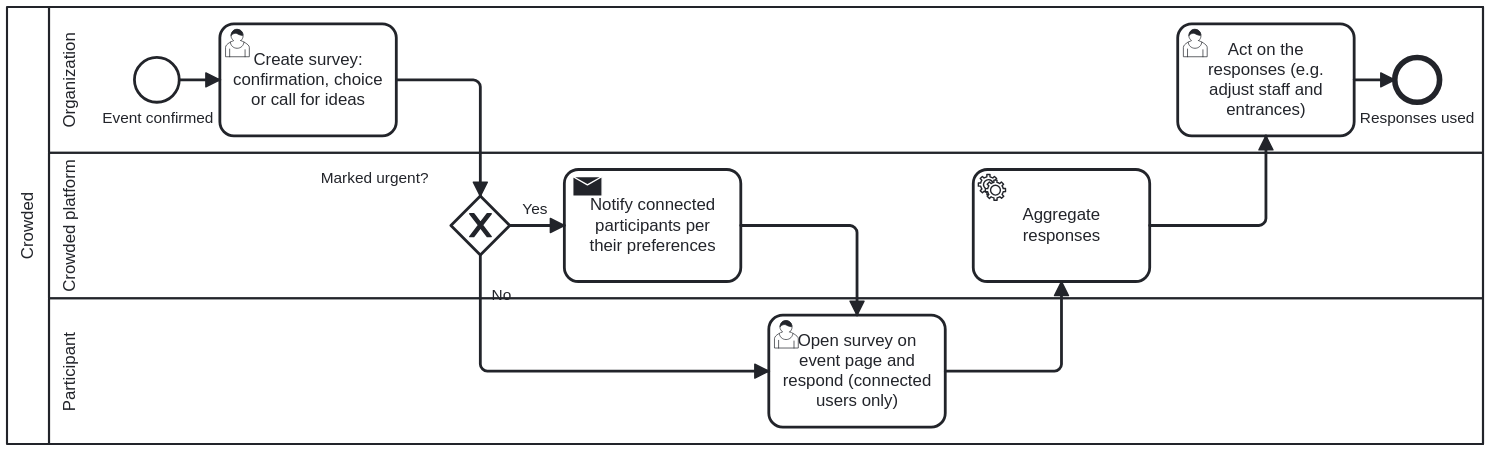
The BPMN diagram docs/deliverables/images/workflow-3c-organization-survey.svg in andrereis26/crowded-labdsof, before a commit. Its source is kept beside it as docs/deliverables/bpmn/workflow-3c-organization-survey.bpmn. Ids are renumbered. Its diagram source:
```xml
<bpmn:definitions xmlns:bpmn="http://www.omg.org/spec/BPMN/20100524/MODEL" xmlns:bpmndi="http://www.omg.org/spec/BPMN/20100524/DI" xmlns:dc="http://www.omg.org/spec/DD/20100524/DC" xmlns:di="http://www.omg.org/spec/DD/20100524/DI" xmlns:bioc="http://bpmn.io/schema/bpmn/biocolor/1.0" xmlns:color="http://www.omg.org/spec/BPMN/non-normative/color/1.0" id="Defs_workflow_3c_organization_survey" targetNamespace="https://crowded.example/bpmn" exporter="crowded-labdsof" exporterVersion="1.0">
  <bpmn:collaboration id="Collab">
    <bpmn:participant id="Pool_crowded" name="Crowded" processRef="Proc_crowded" />
  </bpmn:collaboration>
  <bpmn:process id="Proc_crowded" isExecutable="false">
    <bpmn:laneSet id="LaneSet_crowded">
      <bpmn:lane id="Lane_O" name="Organization">
        <bpmn:flowNodeRef>s</bpmn:flowNodeRef>
        <bpmn:flowNodeRef>req</bpmn:flowNodeRef>
        <bpmn:flowNodeRef>plan</bpmn:flowNodeRef>
        <bpmn:flowNodeRef>e</bpmn:flowNodeRef>
      </bpmn:lane>
      <bpmn:lane id="Lane_C" name="Crowded platform">
        <bpmn:flowNodeRef>g</bpmn:flowNodeRef>
        <bpmn:flowNodeRef>notify</bpmn:flowNodeRef>
        <bpmn:flowNodeRef>agg</bpmn:flowNodeRef>
      </bpmn:lane>
      <bpmn:lane id="Lane_P" name="Participant">
        <bpmn:flowNodeRef>resp</bpmn:flowNodeRef>
      </bpmn:lane>
    </bpmn:laneSet>
    <bpmn:startEvent id="s" name="Event confirmed">
      <bpmn:outgoing>Flow_1</bpmn:outgoing>
    </bpmn:startEvent>
    <bpmn:userTask id="req" name="Create survey: confirmation, choice or call for ideas">
      <bpmn:incoming>Flow_1</bpmn:incoming>
      <bpmn:outgoing>Flow_2</bpmn:outgoing>
    </bpmn:userTask>
    <bpmn:exclusiveGateway id="g" name="Marked urgent?">
      <bpmn:incoming>Flow_2</bpmn:incoming>
      <bpmn:outgoing>Flow_3</bpmn:outgoing>
      <bpmn:outgoing>Flow_4</bpmn:outgoing>
    </bpmn:exclusiveGateway>
    <bpmn:sendTask id="notify" name="Notify connected participants per their preferences">
      <bpmn:incoming>Flow_3</bpmn:incoming>
      <bpmn:outgoing>Flow_5</bpmn:outgoing>
    </bpmn:sendTask>
    <bpmn:userTask id="resp" name="Open survey on event page and respond (connected users only)">
      <bpmn:incoming>Flow_4</bpmn:incoming>
      <bpmn:incoming>Flow_5</bpmn:incoming>
      <bpmn:outgoing>Flow_6</bpmn:outgoing>
    </bpmn:userTask>
    <bpmn:serviceTask id="agg" name="Aggregate responses">
      <bpmn:incoming>Flow_6</bpmn:incoming>
      <bpmn:outgoing>Flow_7</bpmn:outgoing>
    </bpmn:serviceTask>
    <bpmn:userTask id="plan" name="Act on the responses (e.g. adjust staff and entrances)">
      <bpmn:incoming>Flow_7</bpmn:incoming>
      <bpmn:outgoing>Flow_8</bpmn:outgoing>
    </bpmn:userTask>
    <bpmn:endEvent id="e" name="Responses used">
      <bpmn:incoming>Flow_8</bpmn:incoming>
    </bpmn:endEvent>
    <bpmn:sequenceFlow id="Flow_1" sourceRef="s" targetRef="req" />
    <bpmn:sequenceFlow id="Flow_2" sourceRef="req" targetRef="g" />
    <bpmn:sequenceFlow id="Flow_3" name="Yes" sourceRef="g" targetRef="notify" />
    <bpmn:sequenceFlow id="Flow_4" name="No" sourceRef="g" targetRef="resp" />
    <bpmn:sequenceFlow id="Flow_5" sourceRef="notify" targetRef="resp" />
    <bpmn:sequenceFlow id="Flow_6" sourceRef="resp" targetRef="agg" />
    <bpmn:sequenceFlow id="Flow_7" sourceRef="agg" targetRef="plan" />
    <bpmn:sequenceFlow id="Flow_8" sourceRef="plan" targetRef="e" />
  </bpmn:process>
  <bpmndi:BPMNDiagram id="Diagram">
    <bpmndi:BPMNPlane id="Plane" bpmnElement="Collab">
      <bpmndi:BPMNShape id="Pool_crowded_di" bpmnElement="Pool_crowded" isHorizontal="true"><dc:Bounds x="16" y="16" width="1054" height="312" /></bpmndi:BPMNShape>
      <bpmndi:BPMNShape id="Lane_O_di" bpmnElement="Lane_O" isHorizontal="true"><dc:Bounds x="46" y="16" width="1024" height="104" /></bpmndi:BPMNShape>
      <bpmndi:BPMNShape id="Lane_C_di" bpmnElement="Lane_C" isHorizontal="true"><dc:Bounds x="46" y="120" width="1024" height="104" /></bpmndi:BPMNShape>
      <bpmndi:BPMNShape id="Lane_P_di" bpmnElement="Lane_P" isHorizontal="true"><dc:Bounds x="46" y="224" width="1024" height="104" /></bpmndi:BPMNShape>
      <bpmndi:BPMNShape id="s_di" bpmnElement="s"><dc:Bounds x="107" y="52" width="32" height="32" /><bpmndi:BPMNLabel><dc:Bounds x="83" y="89" width="81" height="26" /></bpmndi:BPMNLabel></bpmndi:BPMNShape>
      <bpmndi:BPMNShape id="req_di" bpmnElement="req"><dc:Bounds x="168" y="28" width="126" height="80" /></bpmndi:BPMNShape>
      <bpmndi:BPMNShape id="g_di" bpmnElement="g" isMarkerVisible="true"><dc:Bounds x="333" y="151" width="42" height="42" /><bpmndi:BPMNLabel><dc:Bounds x="214" y="132" width="130" height="26" /></bpmndi:BPMNLabel></bpmndi:BPMNShape>
      <bpmndi:BPMNShape id="notify_di" bpmnElement="notify"><dc:Bounds x="414" y="132" width="126" height="80" /></bpmndi:BPMNShape>
      <bpmndi:BPMNShape id="resp_di" bpmnElement="resp"><dc:Bounds x="560" y="236" width="126" height="80" /></bpmndi:BPMNShape>
      <bpmndi:BPMNShape id="agg_di" bpmnElement="agg"><dc:Bounds x="706" y="132" width="126" height="80" /></bpmndi:BPMNShape>
      <bpmndi:BPMNShape id="plan_di" bpmnElement="plan"><dc:Bounds x="852" y="28" width="126" height="80" /></bpmndi:BPMNShape>
      <bpmndi:BPMNShape id="e_di" bpmnElement="e"><dc:Bounds x="1007" y="52" width="32" height="32" /><bpmndi:BPMNLabel><dc:Bounds x="990" y="89" width="66" height="26" /></bpmndi:BPMNLabel></bpmndi:BPMNShape>
      <bpmndi:BPMNEdge id="Flow_1_di" bpmnElement="Flow_1"><di:waypoint x="139" y="68" /><di:waypoint x="168" y="68" /></bpmndi:BPMNEdge>
      <bpmndi:BPMNEdge id="Flow_2_di" bpmnElement="Flow_2"><di:waypoint x="294" y="68" /><di:waypoint x="354" y="68" /><di:waypoint x="354" y="151" /></bpmndi:BPMNEdge>
      <bpmndi:BPMNEdge id="Flow_3_di" bpmnElement="Flow_3"><di:waypoint x="375" y="172" /><di:waypoint x="414" y="172" /><bpmndi:BPMNLabel><dc:Bounds x="381" y="154" width="24" height="14" /></bpmndi:BPMNLabel></bpmndi:BPMNEdge>
      <bpmndi:BPMNEdge id="Flow_4_di" bpmnElement="Flow_4"><di:waypoint x="354" y="193" /><di:waypoint x="354" y="276" /><di:waypoint x="560" y="276" /><bpmndi:BPMNLabel><dc:Bounds x="360" y="215" width="18" height="14" /></bpmndi:BPMNLabel></bpmndi:BPMNEdge>
      <bpmndi:BPMNEdge id="Flow_5_di" bpmnElement="Flow_5"><di:waypoint x="540" y="172" /><di:waypoint x="623" y="172" /><di:waypoint x="623" y="236" /></bpmndi:BPMNEdge>
      <bpmndi:BPMNEdge id="Flow_6_di" bpmnElement="Flow_6"><di:waypoint x="686" y="276" /><di:waypoint x="769" y="276" /><di:waypoint x="769" y="212" /></bpmndi:BPMNEdge>
      <bpmndi:BPMNEdge id="Flow_7_di" bpmnElement="Flow_7"><di:waypoint x="832" y="172" /><di:waypoint x="915" y="172" /><di:waypoint x="915" y="108" /></bpmndi:BPMNEdge>
      <bpmndi:BPMNEdge id="Flow_8_di" bpmnElement="Flow_8"><di:waypoint x="978" y="68" /><di:waypoint x="1007" y="68" /></bpmndi:BPMNEdge>
    </bpmndi:BPMNPlane>
  </bpmndi:BPMNDiagram>
</bpmn:definitions>
```
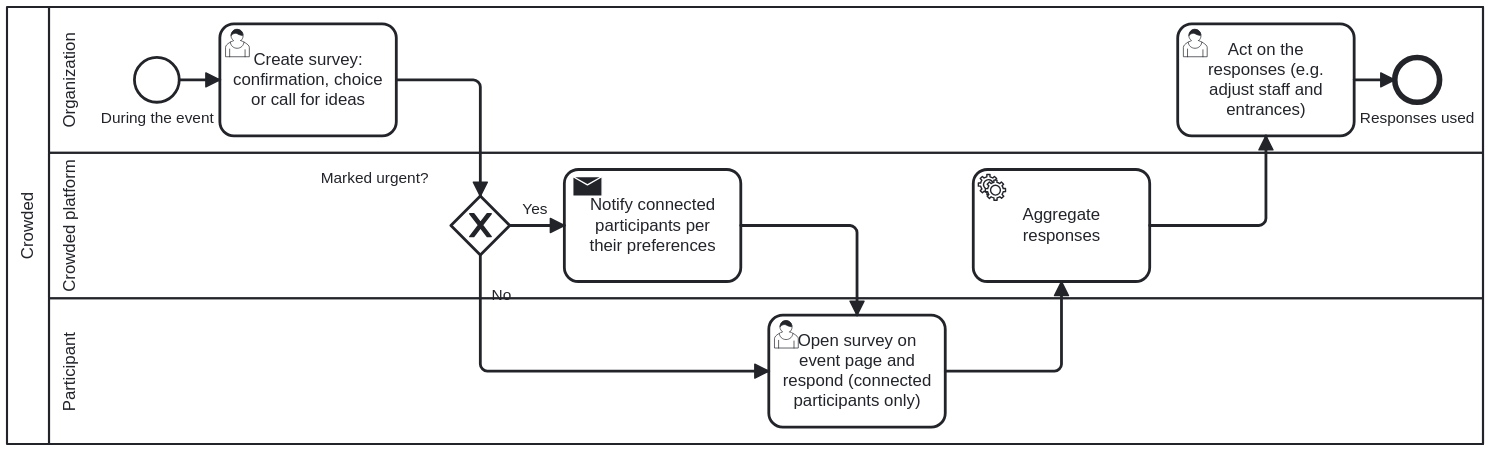
Above is the later version.

Change to the diagram source:
```diff
@@ -19,7 +19,7 @@
         <bpmn:flowNodeRef>resp</bpmn:flowNodeRef>
       </bpmn:lane>
     </bpmn:laneSet>
-    <bpmn:startEvent id="s" name="Event confirmed">
+    <bpmn:startEvent id="s" name="During the event">
       <bpmn:outgoing>Flow_1</bpmn:outgoing>
     </bpmn:startEvent>
     <bpmn:userTask id="req" name="Create survey: confirmation, choice or call for ideas">
@@ -35,7 +35,7 @@
       <bpmn:incoming>Flow_3</bpmn:incoming>
       <bpmn:outgoing>Flow_5</bpmn:outgoing>
     </bpmn:sendTask>
-    <bpmn:userTask id="resp" name="Open survey on event page and respond (connected users only)">
+    <bpmn:userTask id="resp" name="Open survey on event page and respond (connected participants only)">
       <bpmn:incoming>Flow_4</bpmn:incoming>
       <bpmn:incoming>Flow_5</bpmn:incoming>
       <bpmn:outgoing>Flow_6</bpmn:outgoing>
```
